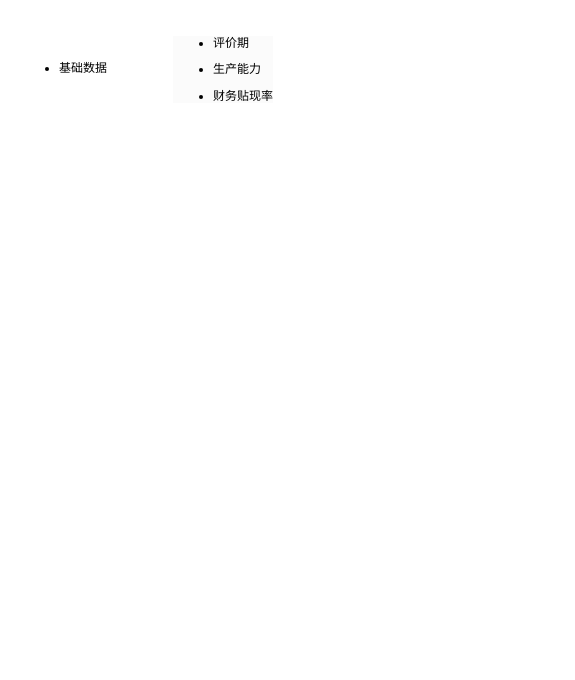
Above: Untitled Diagram.drawio in Yatttin/attention-nmt (draw.io), before the change. Source tidied: cells renumbered, new cells numbered last; positions are measured from the earlier drawing's top-left corner, leaving out a move shared by most shapes. Both pictures are drawn from the tidied source at 100%, with x=0, y=0 at pixel (17, 17).
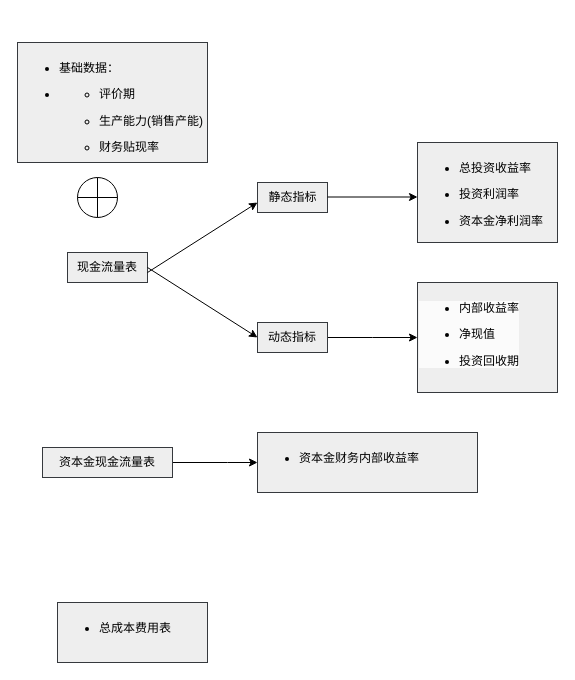
The same diagram, later.

The edit, as a diff of the source:
```diff
@@
-    <mxCell id="2" value="&lt;ul&gt;&lt;li&gt;&lt;p&gt;基础数据&lt;/p&gt;&lt;/li&gt;&lt;/ul&gt;" style="text;whiteSpace=wrap;html=1;" parent="1" vertex="1">
-      <mxGeometry y="25" width="170" height="60" as="geometry" />
+    <mxCell id="2" value="&lt;ul&gt;&lt;li&gt;&lt;p&gt;基础数据：&lt;/p&gt;&lt;/li&gt;&lt;li&gt;&lt;ul style=&quot;border-color: var(--border-color);&quot;&gt;&lt;li style=&quot;border-color: var(--border-color);&quot;&gt;&lt;p style=&quot;border-color: var(--border-color);&quot;&gt;评价期&lt;/p&gt;&lt;/li&gt;&lt;li style=&quot;border-color: var(--border-color);&quot;&gt;&lt;p style=&quot;border-color: var(--border-color);&quot;&gt;生产能力(销售产能)&lt;/p&gt;&lt;/li&gt;&lt;li style=&quot;border-color: var(--border-color);&quot;&gt;&lt;p style=&quot;border-color: var(--border-color);&quot;&gt;财务贴现率&lt;/p&gt;&lt;/li&gt;&lt;/ul&gt;&lt;/li&gt;&lt;/ul&gt;" style="text;whiteSpace=wrap;html=1;fillColor=#eeeeee;strokeColor=#36393d;" parent="1" vertex="1">
+      <mxGeometry y="25" width="190" height="120" as="geometry" />
     </mxCell>
-    <mxCell id="3" value="&lt;ul style=&quot;border-color: var(--border-color); color: rgb(0, 0, 0); font-family: Helvetica; font-size: 12px; font-style: normal; font-variant-ligatures: normal; font-variant-caps: normal; font-weight: 400; letter-spacing: normal; orphans: 2; text-align: left; text-indent: 0px; text-transform: none; widows: 2; word-spacing: 0px; -webkit-text-stroke-width: 0px; background-color: rgb(251, 251, 251); text-decoration-thickness: initial; text-decoration-style: initial; text-decoration-color: initial;&quot;&gt;&lt;li style=&quot;border-color: var(--border-color);&quot;&gt;&lt;p style=&quot;border-color: var(--border-color);&quot;&gt;评价期&lt;/p&gt;&lt;/li&gt;&lt;li style=&quot;border-color: var(--border-color);&quot;&gt;&lt;p style=&quot;border-color: var(--border-color);&quot;&gt;生产能力&lt;/p&gt;&lt;/li&gt;&lt;li style=&quot;border-color: var(--border-color);&quot;&gt;&lt;p style=&quot;border-color: var(--border-color);&quot;&gt;财务贴现率&lt;/p&gt;&lt;/li&gt;&lt;/ul&gt;" style="text;whiteSpace=wrap;html=1;" parent="1" vertex="1">
-      <mxGeometry x="154" width="130" height="110" as="geometry" />
-    </mxCell>
+    <mxCell id="4" value="现金流量表" style="text;strokeColor=#36393d;align=center;fillColor=#eeeeee;html=1;verticalAlign=middle;whiteSpace=wrap;rounded=0;" parent="1" vertex="1">
+      <mxGeometry x="50" y="235" width="80" height="30" as="geometry" />
+    </mxCell>
+    <mxCell id="5" style="edgeStyle=orthogonalEdgeStyle;rounded=0;jettySize=auto;html=1;exitX=1;exitY=0.5;exitDx=0;exitDy=0;entryX=0;entryY=0.5;entryDx=0;entryDy=0;" parent="1" edge="1" source="6" target="7">
+      <mxGeometry relative="1" as="geometry">
+        <Array as="points">
+          <mxPoint x="210" y="445" />
+          <mxPoint x="210" y="445" />
+        </Array>
+      </mxGeometry>
+    </mxCell>
+    <mxCell id="6" value="资本金现金流量表" style="text;strokeColor=#36393d;align=center;fillColor=#eeeeee;html=1;verticalAlign=middle;whiteSpace=wrap;rounded=0;" parent="1" vertex="1">
+      <mxGeometry x="25" y="430" width="130" height="30" as="geometry" />
+    </mxCell>
+    <mxCell id="7" value="&lt;div&gt;&lt;ul&gt;&lt;li&gt;&lt;p&gt;资本金财务内部收益率&lt;/p&gt;&lt;/li&gt;&lt;/ul&gt;&lt;/div&gt;" style="text;whiteSpace=wrap;html=1;fillColor=#eeeeee;strokeColor=#36393d;" parent="1" vertex="1">
+      <mxGeometry x="240" y="415" width="220" height="60" as="geometry" />
+    </mxCell>
+    <mxCell id="8" value="静态指标" style="text;html=1;align=center;verticalAlign=middle;points=[];strokeColor=#36393d;fillColor=#eeeeee;" parent="1" vertex="1">
+      <mxGeometry x="240" y="165" width="70" height="30" as="geometry" />
+    </mxCell>
+    <mxCell id="9" value="&lt;ul style=&quot;border-color: var(--border-color); color: rgb(0, 0, 0); font-family: Helvetica; font-size: 12px; font-style: normal; font-variant-ligatures: normal; font-variant-caps: normal; font-weight: 400; letter-spacing: normal; orphans: 2; text-align: left; text-indent: 0px; text-transform: none; widows: 2; word-spacing: 0px; -webkit-text-stroke-width: 0px; background-color: rgb(251, 251, 251); text-decoration-thickness: initial; text-decoration-style: initial; text-decoration-color: initial;&quot;&gt;&lt;li style=&quot;border-color: var(--border-color);&quot;&gt;&lt;p style=&quot;border-color: var(--border-color);&quot;&gt;内部收益率&lt;/p&gt;&lt;/li&gt;&lt;li style=&quot;border-color: var(--border-color);&quot;&gt;&lt;p style=&quot;border-color: var(--border-color);&quot;&gt;净现值&lt;/p&gt;&lt;/li&gt;&lt;li style=&quot;border-color: var(--border-color);&quot;&gt;&lt;p style=&quot;border-color: var(--border-color);&quot;&gt;投资回收期&lt;/p&gt;&lt;/li&gt;&lt;/ul&gt;" style="text;whiteSpace=wrap;html=1;fillColor=#eeeeee;strokeColor=#36393d;" parent="1" vertex="1">
+      <mxGeometry x="400" y="265" width="140" height="110" as="geometry" />
+    </mxCell>
+    <mxCell id="10" style="edgeStyle=orthogonalEdgeStyle;rounded=0;jettySize=auto;html=1;exitX=1;exitY=0.5;exitDx=0;exitDy=0;entryX=0;entryY=0.5;entryDx=0;entryDy=0;" parent="1" edge="1" source="11">
+      <mxGeometry relative="1" as="geometry">
+        <mxPoint x="400" y="320" as="targetPoint" />
+      </mxGeometry>
+    </mxCell>
+    <mxCell id="11" value="动态指标" style="whiteSpace=wrap;html=1;fillColor=#eeeeee;strokeColor=#36393d;" parent="1" vertex="1">
+      <mxGeometry x="240" y="305" width="70" height="30" as="geometry" />
+    </mxCell>
+    <mxCell id="12" style="endArrow=classic;html=1;rounded=0;exitX=1;exitY=0.5;exitDx=0;exitDy=0;entryX=0;entryY=0.5;entryDx=0;entryDy=0;" parent="1" edge="1" source="4" target="11">
+      <mxGeometry relative="1" as="geometry" />
+    </mxCell>
+    <mxCell id="13" style="endArrow=classic;html=1;rounded=0;entryX=0;entryY=0.667;entryDx=0;entryDy=0;entryPerimeter=0;" parent="1" edge="1" target="8">
+      <mxGeometry relative="1" as="geometry">
+        <mxPoint x="130" y="255" as="sourcePoint" />
+      </mxGeometry>
+    </mxCell>
+    <mxCell id="14" style="edgeStyle=orthogonalEdgeStyle;rounded=0;orthogonalLoop=1;jettySize=auto;html=1;exitX=1;exitY=0.5;exitDx=0;exitDy=0;entryX=0;entryY=0.5;entryDx=0;entryDy=0;" parent="1" edge="1">
+      <mxGeometry relative="1" as="geometry">
+        <mxPoint x="310" y="179.5" as="sourcePoint" />
+        <mxPoint x="400" y="179.5" as="targetPoint" />
+      </mxGeometry>
+    </mxCell>
+    <mxCell id="15" value="&lt;ul&gt;&lt;li&gt;&lt;p&gt;总投资收益率&lt;/p&gt;&lt;/li&gt;&lt;li&gt;&lt;p&gt;投资利润率&lt;/p&gt;&lt;/li&gt;&lt;li&gt;&lt;p&gt;资本金净利润率&lt;/p&gt;&lt;/li&gt;&lt;/ul&gt;" style="text;whiteSpace=wrap;html=1;fillColor=#eeeeee;strokeColor=#36393d;" parent="1" vertex="1">
+      <mxGeometry x="400" y="125" width="140" height="100" as="geometry" />
+    </mxCell>
+    <mxCell id="16" style="verticalLabelPosition=bottom;verticalAlign=top;html=1;shape=mxgraph.flowchart.summing_function;" parent="1" vertex="1">
+      <mxGeometry x="60" y="160" width="40" height="40" as="geometry" />
+    </mxCell>
+    <mxCell id="17" value="&lt;div&gt;&lt;ul&gt;&lt;li&gt;&lt;p&gt;总成本费用表&lt;/p&gt;&lt;/li&gt;&lt;/ul&gt;&lt;/div&gt;" style="text;whiteSpace=wrap;html=1;fillColor=#eeeeee;strokeColor=#36393d;" parent="1" vertex="1">
+      <mxGeometry x="40" y="585" width="150" height="60" as="geometry" />
+    </mxCell>
```
